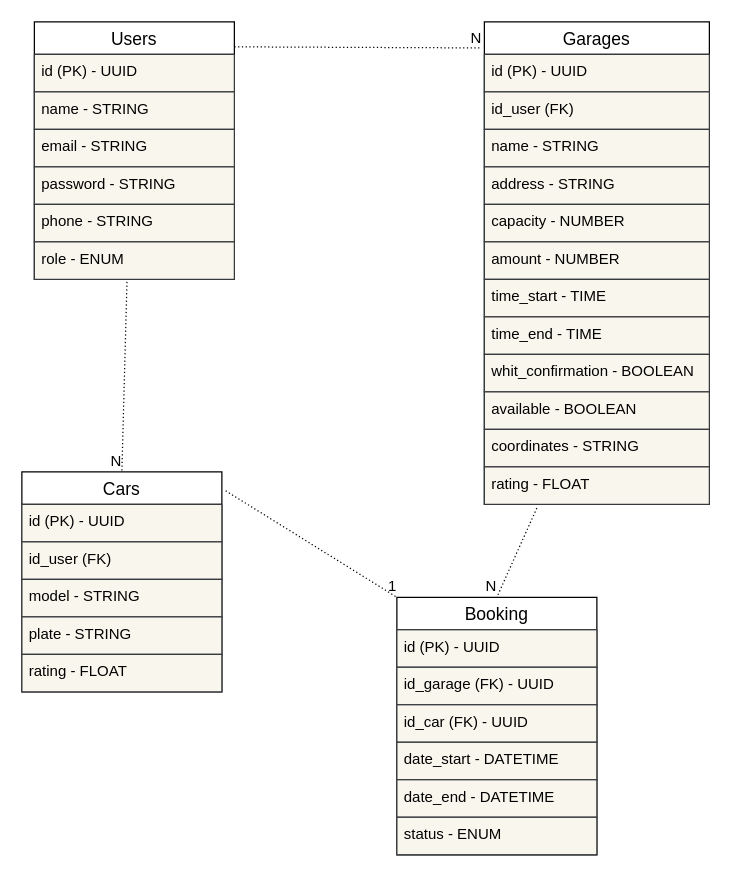
No-Country/s13-04-t-node-react keeps this draw.io diagram as backend/relationalDiagram.drawio. Above is the earlier version. Source tidied: cells renumbered, new cells numbered last; positions are measured from the earlier drawing's top-left corner, leaving out a move shared by most shapes. Both pictures are drawn from the tidied source at 125%, with x=0, y=0 at pixel (21, 21).
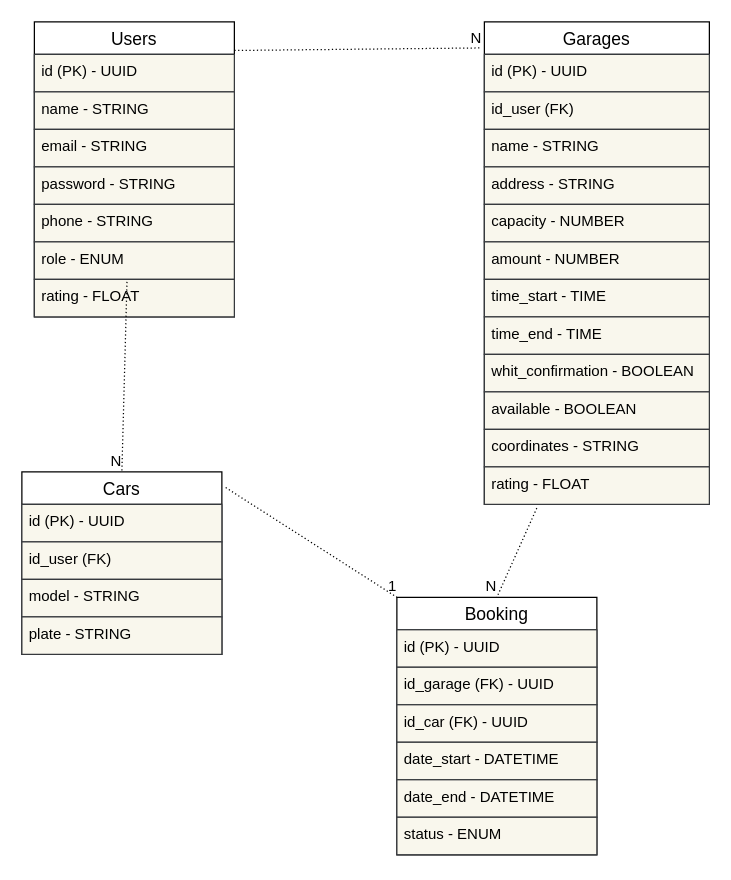
After the change.

Commit message:
rating in users

What changed in the source:
```diff
@@
     <mxCell id="2" value="Users" style="swimlane;fontStyle=0;horizontal=1;startSize=26;align=center;fontSize=14;" parent="1" vertex="1">
-      <mxGeometry x="10" width="160" height="206" as="geometry" />
+      <mxGeometry x="10" width="160" height="236" as="geometry" />
     </mxCell>
@@
+    <mxCell id="27" value="rating - FLOAT" style="text;strokeColor=#36393d;fillColor=#f9f7ed;spacingLeft=4;spacingRight=4;overflow=hidden;fontSize=12;fontColor=#000000;" parent="2" vertex="1">
+      <mxGeometry y="206" width="160" height="30" as="geometry" />
+    </mxCell>
@@
     <mxCell id="22" value="Cars" style="swimlane;fontStyle=0;horizontal=1;startSize=26;align=center;fontSize=14;" parent="1" vertex="1">
-      <mxGeometry y="360" width="160" height="176" as="geometry" />
+      <mxGeometry y="360" width="160" height="146" as="geometry" />
     </mxCell>
@@
-    <mxCell id="27" value="rating - FLOAT" style="text;strokeColor=#36393d;fillColor=#f9f7ed;spacingLeft=4;spacingRight=4;overflow=hidden;fontSize=12;fontColor=#000000;" parent="22" vertex="1">
-      <mxGeometry y="146" width="160" height="30" as="geometry" />
-    </mxCell>
```
